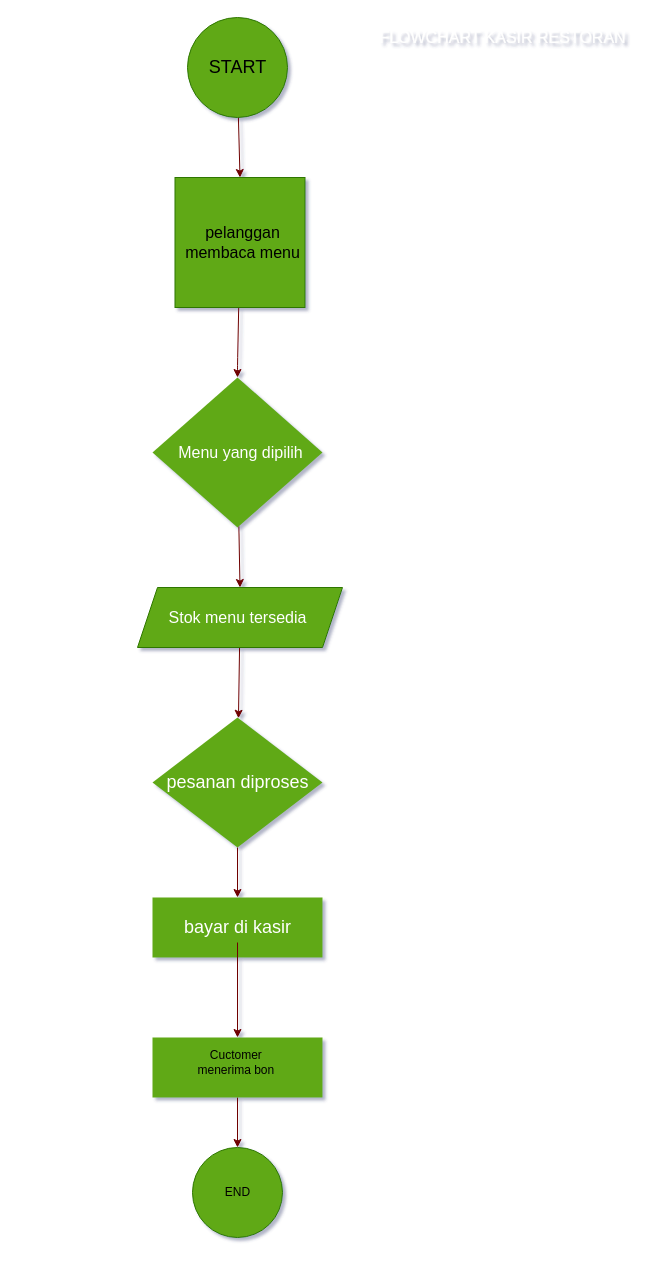
Above: sistem-kasir.drawio in nurarifin12/nur_arifin-sistem_kasir (draw.io), before the change. Source tidied: cells renumbered, new cells numbered last; positions are measured from the earlier drawing's top-left corner, leaving out a move shared by most shapes. Both pictures are drawn from the tidied source at 100%, with x=0, y=0 at pixel (137, 17).
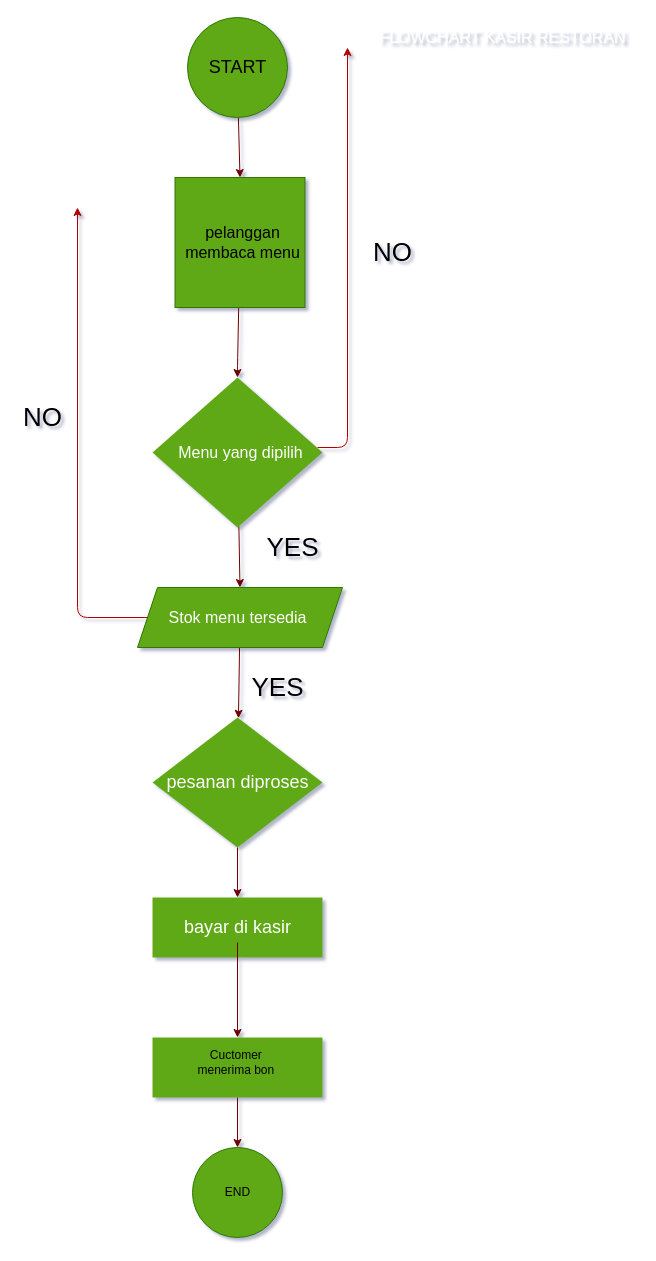
The same diagram, later.

The change refers to these unchanged cells:
```xml
<mxCell id="9" style="shape=parallelogram;perimeter=parallelogramPerimeter;whiteSpace=wrap;html=1;fixedSize=1;fillColor=#60a917;fontColor=#ffffff;strokeColor=#2D7600;" parent="1" vertex="1">
  <mxGeometry y="570" width="205" height="60" as="geometry" />
</mxCell>
<mxCell id="16" value="&lt;font color=&quot;#ffffff&quot;&gt;Menu yang dipilih&lt;br&gt;&lt;/font&gt;" style="text;html=1;align=center;verticalAlign=middle;points=[];fillColor=none;strokeColor=none;rounded=0;fontSize=16;fontColor=#CC0000;" parent="1" vertex="1">
  <mxGeometry x="32.5" y="425" width="140" height="20" as="geometry" />
</mxCell>
```

Change to the diagram source:
```diff
@@
+    <mxCell id="26" style="edgeStyle=segmentEdgeStyle;endArrow=classic;html=1;exitX=1.054;exitY=0.25;exitDx=0;exitDy=0;exitPerimeter=0;fillColor=#e51400;strokeColor=#B20000;" parent="1" edge="1" source="16">
+      <mxGeometry relative="1" as="geometry">
+        <mxPoint x="210" y="30" as="targetPoint" />
+      </mxGeometry>
+    </mxCell>
+    <mxCell id="27" value="&lt;span style=&quot;font-size: 26px&quot;&gt;NO&lt;/span&gt;" style="text;html=1;align=center;verticalAlign=middle;fillColor=none;strokeColor=none;rounded=0;" parent="1" vertex="1">
+      <mxGeometry x="230" y="225" width="50" height="20" as="geometry" />
+    </mxCell>
+    <mxCell id="28" value="YES" style="text;html=1;align=center;verticalAlign=middle;fillColor=none;strokeColor=none;rounded=0;fontSize=26;" parent="1" vertex="1">
+      <mxGeometry x="120" y="510" width="70" height="40" as="geometry" />
+    </mxCell>
+    <mxCell id="29" style="edgeStyle=segmentEdgeStyle;endArrow=classic;html=1;fontSize=26;fillColor=#e51400;strokeColor=#B20000;" parent="1" edge="1" source="9">
+      <mxGeometry relative="1" as="geometry">
+        <mxPoint x="-60" y="190" as="targetPoint" />
+      </mxGeometry>
+    </mxCell>
+    <mxCell id="30" value="NO" style="text;html=1;align=center;verticalAlign=middle;fillColor=none;strokeColor=none;rounded=0;fontSize=26;" parent="1" vertex="1">
+      <mxGeometry x="-120" y="380" width="50" height="40" as="geometry" />
+    </mxCell>
+    <mxCell id="31" value="YES" style="text;html=1;align=center;verticalAlign=middle;fillColor=none;strokeColor=none;rounded=0;fontSize=26;" parent="1" vertex="1">
+      <mxGeometry x="105" y="650" width="70" height="40" as="geometry" />
+    </mxCell>
```
